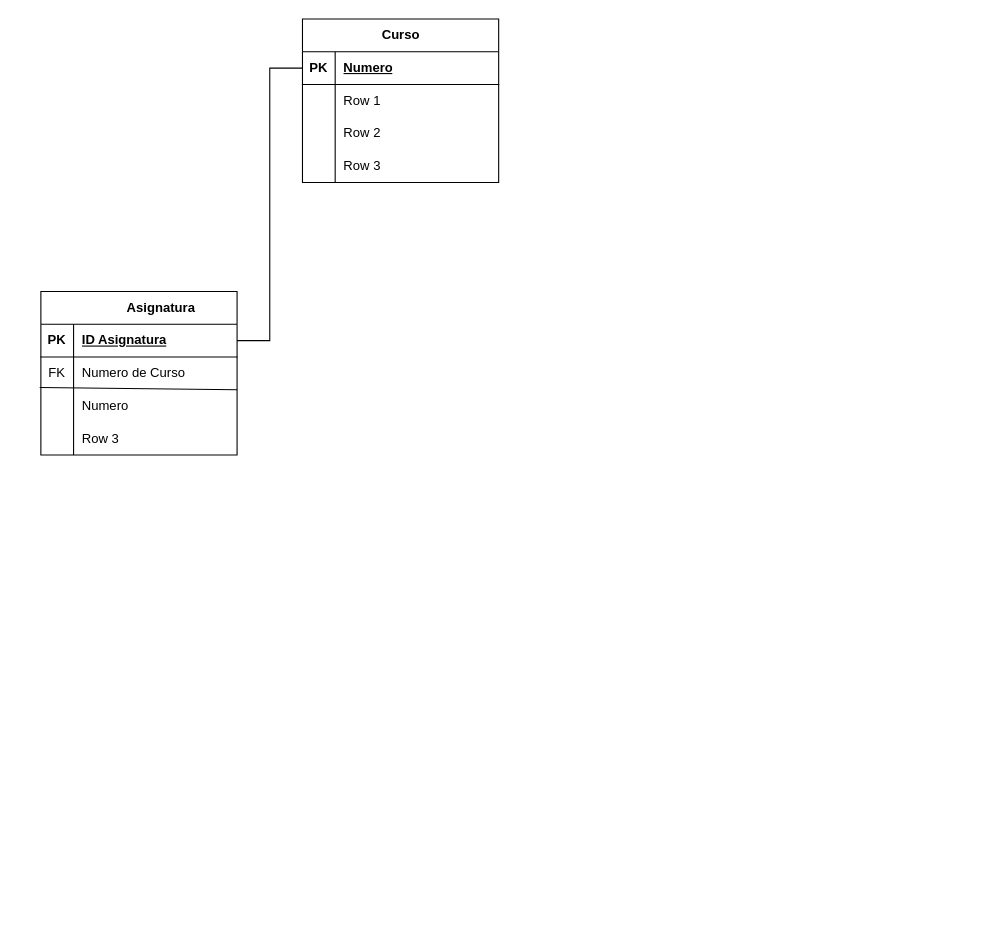
This is Unidad1/Tareas/MR Tarea2/Untitled Diagram.drawio from JVC0/Base-Datos, a draw.io file, before an edit. Source tidied: cells renumbered, new cells numbered last; positions are measured from the earlier drawing's top-left corner, leaving out a move shared by most shapes. Both pictures are drawn from the tidied source at 109%, with x=0, y=0 at pixel (40, 19).
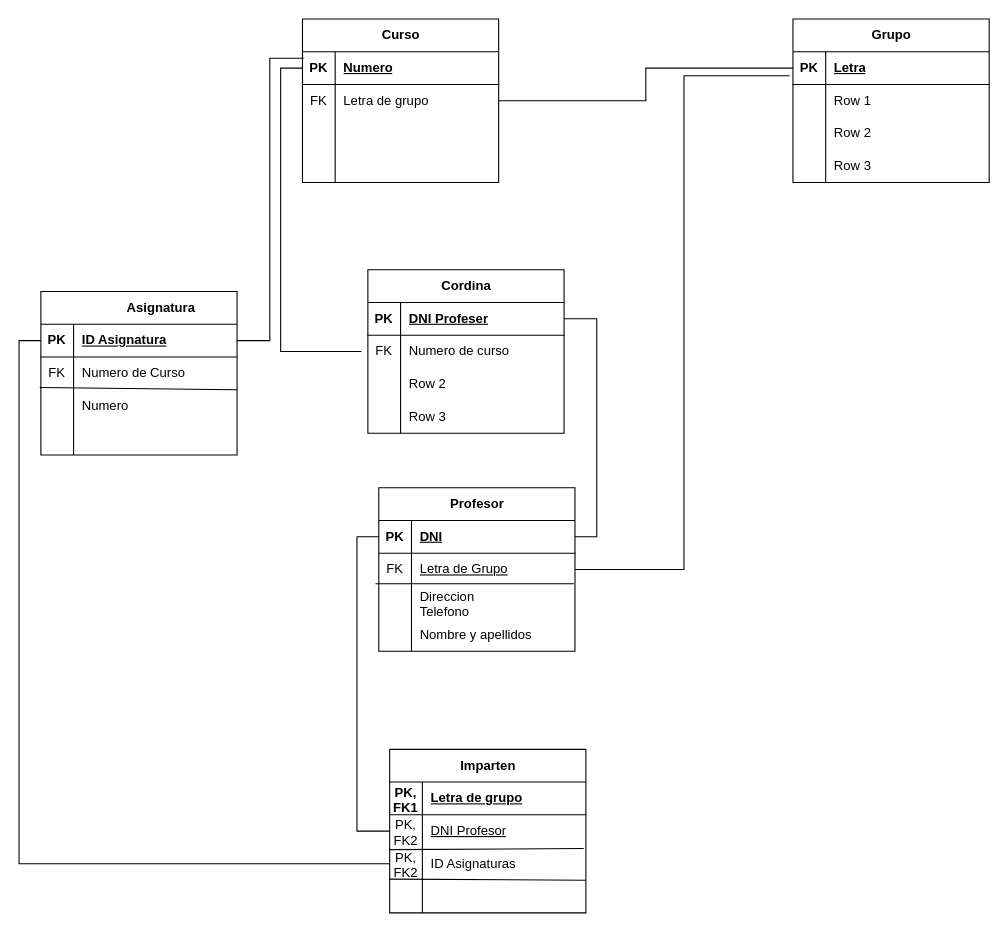
After the change.

The change refers to these unchanged cells:
```xml
<mxCell id="3" style="shape=tableRow;horizontal=0;startSize=0;swimlaneHead=0;swimlaneBody=0;fillColor=none;points=[[0,0.5],[1,0.5]];portConstraint=eastwest;top=0;left=0;right=0;bottom=1;" parent="2" vertex="1">
  <mxGeometry y="30" width="180" height="30" as="geometry" />
</mxCell>
<mxCell id="6" style="shape=tableRow;horizontal=0;startSize=0;swimlaneHead=0;swimlaneBody=0;fillColor=none;points=[[0,0.5],[1,0.5]];portConstraint=eastwest;top=0;left=0;right=0;bottom=0;" parent="2" vertex="1">
  <mxGeometry y="60" width="180" height="30" as="geometry" />
</mxCell>
<mxCell id="9" style="shape=tableRow;horizontal=0;startSize=0;swimlaneHead=0;swimlaneBody=0;fillColor=none;top=0;left=0;right=0;bottom=0;" parent="2" vertex="1">
  <mxGeometry y="90" width="180" height="30" as="geometry" />
</mxCell>
<mxCell id="12" style="shape=tableRow;horizontal=0;startSize=0;swimlaneHead=0;swimlaneBody=0;fillColor=none;top=0;left=0;right=0;bottom=0;" parent="2" vertex="1">
  <mxGeometry y="120" width="180" height="30" as="geometry" />
</mxCell>
<mxCell id="16" style="shape=tableRow;horizontal=0;startSize=0;swimlaneHead=0;swimlaneBody=0;fillColor=none;points=[[0,0.5],[1,0.5]];portConstraint=eastwest;top=0;left=0;right=0;bottom=1;" parent="15" vertex="1">
  <mxGeometry y="30" width="180" height="30" as="geometry" />
</mxCell>
<mxCell id="25" style="shape=tableRow;horizontal=0;startSize=0;swimlaneHead=0;swimlaneBody=0;fillColor=none;top=0;left=0;right=0;bottom=0;" parent="15" vertex="1">
  <mxGeometry y="120" width="180" height="30" as="geometry" />
</mxCell>
```

The edit, as a diff of the source:
```diff
@@
-    <mxCell id="7" style="shape=partialRectangle;fillColor=none;top=0;left=0;bottom=0;right=0;overflow=hidden;whiteSpace=wrap;html=1;" parent="6" vertex="1">
+    <mxCell id="7" value="FK" style="shape=partialRectangle;fillColor=none;top=0;left=0;bottom=0;right=0;overflow=hidden;whiteSpace=wrap;html=1;" parent="6" vertex="1">
       <mxGeometry width="30" height="30" as="geometry" />
     </mxCell>
-    <mxCell id="8" value="Row 1" style="shape=partialRectangle;fillColor=none;top=0;left=0;bottom=0;right=0;align=left;spacingLeft=6;overflow=hidden;whiteSpace=wrap;html=1;" parent="6" vertex="1">
+    <mxCell id="8" value="Letra de grupo" style="shape=partialRectangle;fillColor=none;top=0;left=0;bottom=0;right=0;align=left;spacingLeft=6;overflow=hidden;whiteSpace=wrap;html=1;" parent="6" vertex="1">
       <mxGeometry x="30" width="150" height="30" as="geometry" />
     </mxCell>
@@
-    <mxCell id="11" value="Row 2" style="shape=partialRectangle;fillColor=none;top=0;left=0;bottom=0;right=0;align=left;spacingLeft=6;overflow=hidden;whiteSpace=wrap;html=1;" parent="9" vertex="1">
+    <mxCell id="11" style="shape=partialRectangle;fillColor=none;top=0;left=0;bottom=0;right=0;align=left;spacingLeft=6;overflow=hidden;whiteSpace=wrap;html=1;" parent="9" vertex="1">
       <mxGeometry x="30" width="150" height="30" as="geometry" />
     </mxCell>
@@
-    <mxCell id="14" value="Row 3" style="shape=partialRectangle;fillColor=none;top=0;left=0;bottom=0;right=0;align=left;spacingLeft=6;overflow=hidden;whiteSpace=wrap;html=1;" parent="12" vertex="1">
+    <mxCell id="14" style="shape=partialRectangle;fillColor=none;top=0;left=0;bottom=0;right=0;align=left;spacingLeft=6;overflow=hidden;whiteSpace=wrap;html=1;" parent="12" vertex="1">
       <mxGeometry x="30" width="150" height="30" as="geometry" />
     </mxCell>
@@
-    <mxCell id="27" value="Row 3" style="shape=partialRectangle;fillColor=none;top=0;left=0;bottom=0;right=0;align=left;spacingLeft=6;overflow=hidden;whiteSpace=wrap;html=1;" parent="25" vertex="1">
+    <mxCell id="27" style="shape=partialRectangle;fillColor=none;top=0;left=0;bottom=0;right=0;align=left;spacingLeft=6;overflow=hidden;whiteSpace=wrap;html=1;" parent="25" vertex="1">
       <mxGeometry x="30" width="150" height="30" as="geometry" />
     </mxCell>
@@
-    <mxCell id="29" style="edgeStyle=orthogonalEdgeStyle;rounded=0;jettySize=auto;html=1;entryX=0;entryY=0.5;entryDx=0;entryDy=0;endArrow=none;endFill=0;" parent="1" edge="1" source="16" target="3">
+    <mxCell id="29" style="edgeStyle=orthogonalEdgeStyle;rounded=0;jettySize=auto;html=1;endArrow=none;endFill=0;entryX=0.006;entryY=0.2;entryDx=0;entryDy=0;entryPerimeter=0;" parent="1" edge="1" source="16" target="3">
       <mxGeometry relative="1" as="geometry" />
     </mxCell>
+    <mxCell id="30" value="Profesor" style="shape=table;startSize=30;childLayout=tableLayout;rowLines=0;fontStyle=1;align=center;html=1;" parent="1" vertex="1">
+      <mxGeometry x="310" y="430" width="180" height="150" as="geometry" />
+    </mxCell>
+    <mxCell id="31" style="shape=tableRow;horizontal=0;startSize=0;swimlaneHead=0;swimlaneBody=0;fillColor=none;points=[[0,0.5],[1,0.5]];portConstraint=eastwest;top=0;left=0;right=0;bottom=1;" parent="30" vertex="1">
+      <mxGeometry y="30" width="180" height="30" as="geometry" />
+    </mxCell>
+    <mxCell id="32" value="PK" style="shape=partialRectangle;fillColor=none;top=0;left=0;bottom=0;right=0;fontStyle=1;overflow=hidden;whiteSpace=wrap;html=1;" parent="31" vertex="1">
+      <mxGeometry width="30" height="30" as="geometry" />
+    </mxCell>
+    <mxCell id="33" value="DNI" style="shape=partialRectangle;fillColor=none;top=0;left=0;bottom=0;right=0;align=left;spacingLeft=6;fontStyle=5;overflow=hidden;whiteSpace=wrap;html=1;" parent="31" vertex="1">
+      <mxGeometry x="30" width="150" height="30" as="geometry" />
+    </mxCell>
+    <mxCell id="34" style="shape=tableRow;horizontal=0;startSize=0;swimlaneHead=0;swimlaneBody=0;fillColor=none;points=[[0,0.5],[1,0.5]];portConstraint=eastwest;top=0;left=0;right=0;bottom=0;" parent="30" vertex="1">
+      <mxGeometry y="60" width="180" height="30" as="geometry" />
+    </mxCell>
+    <mxCell id="35" value="FK" style="shape=partialRectangle;fillColor=none;top=0;left=0;bottom=0;right=0;overflow=hidden;whiteSpace=wrap;html=1;" parent="34" vertex="1">
+      <mxGeometry width="30" height="30" as="geometry" />
+    </mxCell>
+    <mxCell id="36" value="&lt;u&gt;Letra de Grupo&lt;/u&gt;" style="shape=partialRectangle;fillColor=none;top=0;left=0;bottom=0;right=0;align=left;spacingLeft=6;overflow=hidden;whiteSpace=wrap;html=1;" parent="34" vertex="1">
+      <mxGeometry x="30" width="150" height="30" as="geometry" />
+    </mxCell>
+    <mxCell id="37" style="shape=tableRow;horizontal=0;startSize=0;swimlaneHead=0;swimlaneBody=0;fillColor=none;top=0;left=0;right=0;bottom=0;" parent="30" vertex="1">
+      <mxGeometry y="90" width="180" height="30" as="geometry" />
+    </mxCell>
+    <mxCell id="38" style="shape=partialRectangle;fillColor=none;top=0;left=0;bottom=0;right=0;overflow=hidden;whiteSpace=wrap;html=1;" parent="37" vertex="1">
+      <mxGeometry width="30" height="30" as="geometry" />
+    </mxCell>
+    <mxCell id="39" value="Direccion&lt;br&gt;Telefono" style="shape=partialRectangle;fillColor=none;top=0;left=0;bottom=0;right=0;align=left;spacingLeft=6;overflow=hidden;whiteSpace=wrap;html=1;" parent="37" vertex="1">
+      <mxGeometry x="30" width="150" height="30" as="geometry" />
+    </mxCell>
+    <mxCell id="40" style="shape=tableRow;horizontal=0;startSize=0;swimlaneHead=0;swimlaneBody=0;fillColor=none;top=0;left=0;right=0;bottom=0;" parent="30" vertex="1">
+      <mxGeometry y="120" width="180" height="30" as="geometry" />
+    </mxCell>
+    <mxCell id="41" style="shape=partialRectangle;fillColor=none;top=0;left=0;bottom=0;right=0;overflow=hidden;whiteSpace=wrap;html=1;" parent="40" vertex="1">
+      <mxGeometry width="30" height="30" as="geometry" />
+    </mxCell>
+    <mxCell id="42" value="Nombre y apellidos" style="shape=partialRectangle;fillColor=none;top=0;left=0;bottom=0;right=0;align=left;spacingLeft=6;overflow=hidden;whiteSpace=wrap;html=1;" parent="40" vertex="1">
+      <mxGeometry x="30" width="150" height="30" as="geometry" />
+    </mxCell>
+    <mxCell id="43" style="endArrow=none;html=1;rounded=0;exitX=-0.017;exitY=0.933;exitDx=0;exitDy=0;exitPerimeter=0;entryX=0.994;entryY=0.933;entryDx=0;entryDy=0;entryPerimeter=0;" parent="30" edge="1" source="34" target="34">
+      <mxGeometry relative="1" as="geometry" />
+    </mxCell>
+    <mxCell id="44" value="Cordina" style="shape=table;startSize=30;childLayout=tableLayout;rowLines=0;fontStyle=1;align=center;html=1;" parent="1" vertex="1">
+      <mxGeometry x="300" y="230" width="180" height="150" as="geometry" />
+    </mxCell>
+    <mxCell id="45" style="shape=tableRow;horizontal=0;startSize=0;swimlaneHead=0;swimlaneBody=0;fillColor=none;points=[[0,0.5],[1,0.5]];portConstraint=eastwest;top=0;left=0;right=0;bottom=1;" parent="44" vertex="1">
+      <mxGeometry y="30" width="180" height="30" as="geometry" />
+    </mxCell>
+    <mxCell id="46" value="PK" style="shape=partialRectangle;fillColor=none;top=0;left=0;bottom=0;right=0;fontStyle=1;overflow=hidden;whiteSpace=wrap;html=1;" parent="45" vertex="1">
+      <mxGeometry width="30" height="30" as="geometry" />
+    </mxCell>
+    <mxCell id="47" value="DNI Profeser" style="shape=partialRectangle;fillColor=none;top=0;left=0;bottom=0;right=0;align=left;spacingLeft=6;fontStyle=5;overflow=hidden;whiteSpace=wrap;html=1;" parent="45" vertex="1">
+      <mxGeometry x="30" width="150" height="30" as="geometry" />
+    </mxCell>
+    <mxCell id="48" style="shape=tableRow;horizontal=0;startSize=0;swimlaneHead=0;swimlaneBody=0;fillColor=none;points=[[0,0.5],[1,0.5]];portConstraint=eastwest;top=0;left=0;right=0;bottom=0;" parent="44" vertex="1">
+      <mxGeometry y="60" width="180" height="30" as="geometry" />
+    </mxCell>
+    <mxCell id="49" value="FK" style="shape=partialRectangle;fillColor=none;top=0;left=0;bottom=0;right=0;overflow=hidden;whiteSpace=wrap;html=1;" parent="48" vertex="1">
+      <mxGeometry width="30" height="30" as="geometry" />
+    </mxCell>
+    <mxCell id="50" value="Numero de curso" style="shape=partialRectangle;fillColor=none;top=0;left=0;bottom=0;right=0;align=left;spacingLeft=6;overflow=hidden;whiteSpace=wrap;html=1;" parent="48" vertex="1">
+      <mxGeometry x="30" width="150" height="30" as="geometry" />
+    </mxCell>
+    <mxCell id="51" style="shape=tableRow;horizontal=0;startSize=0;swimlaneHead=0;swimlaneBody=0;fillColor=none;top=0;left=0;right=0;bottom=0;" parent="44" vertex="1">
+      <mxGeometry y="90" width="180" height="30" as="geometry" />
+    </mxCell>
+    <mxCell id="52" style="shape=partialRectangle;fillColor=none;top=0;left=0;bottom=0;right=0;overflow=hidden;whiteSpace=wrap;html=1;" parent="51" vertex="1">
+      <mxGeometry width="30" height="30" as="geometry" />
+    </mxCell>
+    <mxCell id="53" value="Row 2" style="shape=partialRectangle;fillColor=none;top=0;left=0;bottom=0;right=0;align=left;spacingLeft=6;overflow=hidden;whiteSpace=wrap;html=1;" parent="51" vertex="1">
+      <mxGeometry x="30" width="150" height="30" as="geometry" />
+    </mxCell>
+    <mxCell id="54" style="shape=tableRow;horizontal=0;startSize=0;swimlaneHead=0;swimlaneBody=0;fillColor=none;top=0;left=0;right=0;bottom=0;" parent="44" vertex="1">
+      <mxGeometry y="120" width="180" height="30" as="geometry" />
+    </mxCell>
+    <mxCell id="55" style="shape=partialRectangle;fillColor=none;top=0;left=0;bottom=0;right=0;overflow=hidden;whiteSpace=wrap;html=1;" parent="54" vertex="1">
+      <mxGeometry width="30" height="30" as="geometry" />
+    </mxCell>
+    <mxCell id="56" value="Row 3" style="shape=partialRectangle;fillColor=none;top=0;left=0;bottom=0;right=0;align=left;spacingLeft=6;overflow=hidden;whiteSpace=wrap;html=1;" parent="54" vertex="1">
+      <mxGeometry x="30" width="150" height="30" as="geometry" />
+    </mxCell>
+    <mxCell id="57" style="edgeStyle=orthogonalEdgeStyle;rounded=0;jettySize=auto;html=1;entryX=-0.033;entryY=0.5;entryDx=0;entryDy=0;entryPerimeter=0;endArrow=none;endFill=0;exitX=0;exitY=0.5;exitDx=0;exitDy=0;" parent="1" edge="1" source="3" target="48">
+      <mxGeometry relative="1" as="geometry" />
+    </mxCell>
+    <mxCell id="58" style="edgeStyle=orthogonalEdgeStyle;rounded=0;jettySize=auto;html=1;entryX=1;entryY=0.5;entryDx=0;entryDy=0;endArrow=none;endFill=0;" parent="1" edge="1" source="45" target="31">
+      <mxGeometry relative="1" as="geometry" />
+    </mxCell>
+    <mxCell id="59" value="Grupo" style="shape=table;startSize=30;childLayout=tableLayout;rowLines=0;fontStyle=1;align=center;html=1;" parent="1" vertex="1">
+      <mxGeometry x="690" width="180" height="150" as="geometry" />
+    </mxCell>
+    <mxCell id="60" style="shape=tableRow;horizontal=0;startSize=0;swimlaneHead=0;swimlaneBody=0;fillColor=none;points=[[0,0.5],[1,0.5]];portConstraint=eastwest;top=0;left=0;right=0;bottom=1;" parent="59" vertex="1">
+      <mxGeometry y="30" width="180" height="30" as="geometry" />
+    </mxCell>
+    <mxCell id="61" value="PK" style="shape=partialRectangle;fillColor=none;top=0;left=0;bottom=0;right=0;fontStyle=1;overflow=hidden;whiteSpace=wrap;html=1;" parent="60" vertex="1">
+      <mxGeometry width="30" height="30" as="geometry" />
+    </mxCell>
+    <mxCell id="62" value="Letra" style="shape=partialRectangle;fillColor=none;top=0;left=0;bottom=0;right=0;align=left;spacingLeft=6;fontStyle=5;overflow=hidden;whiteSpace=wrap;html=1;" parent="60" vertex="1">
+      <mxGeometry x="30" width="150" height="30" as="geometry" />
+    </mxCell>
+    <mxCell id="63" style="shape=tableRow;horizontal=0;startSize=0;swimlaneHead=0;swimlaneBody=0;fillColor=none;top=0;left=0;right=0;bottom=0;" parent="59" vertex="1">
+      <mxGeometry y="60" width="180" height="30" as="geometry" />
+    </mxCell>
+    <mxCell id="64" style="shape=partialRectangle;fillColor=none;top=0;left=0;bottom=0;right=0;overflow=hidden;whiteSpace=wrap;html=1;" parent="63" vertex="1">
+      <mxGeometry width="30" height="30" as="geometry" />
+    </mxCell>
+    <mxCell id="65" value="Row 1" style="shape=partialRectangle;fillColor=none;top=0;left=0;bottom=0;right=0;align=left;spacingLeft=6;overflow=hidden;whiteSpace=wrap;html=1;" parent="63" vertex="1">
+      <mxGeometry x="30" width="150" height="30" as="geometry" />
+    </mxCell>
+    <mxCell id="66" style="shape=tableRow;horizontal=0;startSize=0;swimlaneHead=0;swimlaneBody=0;fillColor=none;top=0;left=0;right=0;bottom=0;" parent="59" vertex="1">
+      <mxGeometry y="90" width="180" height="30" as="geometry" />
+    </mxCell>
+    <mxCell id="67" style="shape=partialRectangle;fillColor=none;top=0;left=0;bottom=0;right=0;overflow=hidden;whiteSpace=wrap;html=1;" parent="66" vertex="1">
+      <mxGeometry width="30" height="30" as="geometry" />
+    </mxCell>
+    <mxCell id="68" value="Row 2" style="shape=partialRectangle;fillColor=none;top=0;left=0;bottom=0;right=0;align=left;spacingLeft=6;overflow=hidden;whiteSpace=wrap;html=1;" parent="66" vertex="1">
+      <mxGeometry x="30" width="150" height="30" as="geometry" />
+    </mxCell>
+    <mxCell id="69" style="shape=tableRow;horizontal=0;startSize=0;swimlaneHead=0;swimlaneBody=0;fillColor=none;top=0;left=0;right=0;bottom=0;" parent="59" vertex="1">
+      <mxGeometry y="120" width="180" height="30" as="geometry" />
+    </mxCell>
+    <mxCell id="70" style="shape=partialRectangle;fillColor=none;top=0;left=0;bottom=0;right=0;overflow=hidden;whiteSpace=wrap;html=1;" parent="69" vertex="1">
+      <mxGeometry width="30" height="30" as="geometry" />
+    </mxCell>
+    <mxCell id="71" value="Row 3" style="shape=partialRectangle;fillColor=none;top=0;left=0;bottom=0;right=0;align=left;spacingLeft=6;overflow=hidden;whiteSpace=wrap;html=1;" parent="69" vertex="1">
+      <mxGeometry x="30" width="150" height="30" as="geometry" />
+    </mxCell>
+    <mxCell id="72" style="edgeStyle=orthogonalEdgeStyle;rounded=0;jettySize=auto;html=1;endArrow=none;endFill=0;entryX=1;entryY=0.5;entryDx=0;entryDy=0;" parent="1" edge="1" source="60" target="6">
+      <mxGeometry relative="1" as="geometry" />
+    </mxCell>
+    <mxCell id="73" style="edgeStyle=orthogonalEdgeStyle;rounded=0;jettySize=auto;html=1;entryX=-0.017;entryY=0.733;entryDx=0;entryDy=0;entryPerimeter=0;endArrow=none;endFill=0;" parent="1" edge="1" source="34" target="60">
+      <mxGeometry relative="1" as="geometry" />
+    </mxCell>
+    <mxCell id="74" value="Imparten" style="shape=table;startSize=30;childLayout=tableLayout;rowLines=0;fontStyle=1;align=center;html=1;" parent="1" vertex="1">
+      <mxGeometry x="320" y="670" width="180" height="150" as="geometry" />
+    </mxCell>
+    <mxCell id="75" style="shape=tableRow;horizontal=0;startSize=0;swimlaneHead=0;swimlaneBody=0;fillColor=none;top=0;left=0;right=0;bottom=1;" parent="74" vertex="1">
+      <mxGeometry y="30" width="180" height="30" as="geometry" />
+    </mxCell>
+    <mxCell id="76" value="PK, FK1" style="shape=partialRectangle;fillColor=none;top=0;left=0;bottom=0;right=0;fontStyle=1;overflow=hidden;whiteSpace=wrap;html=1;" parent="75" vertex="1">
+      <mxGeometry width="30" height="30" as="geometry" />
+    </mxCell>
+    <mxCell id="77" value="Letra de grupo" style="shape=partialRectangle;fillColor=none;top=0;left=0;bottom=0;right=0;align=left;spacingLeft=6;fontStyle=5;overflow=hidden;whiteSpace=wrap;html=1;" parent="75" vertex="1">
+      <mxGeometry x="30" width="150" height="30" as="geometry" />
+    </mxCell>
+    <mxCell id="78" style="shape=tableRow;horizontal=0;startSize=0;swimlaneHead=0;swimlaneBody=0;fillColor=none;points=[[0,0.5],[1,0.5]];portConstraint=eastwest;top=0;left=0;right=0;bottom=0;" parent="74" vertex="1">
+      <mxGeometry y="60" width="180" height="30" as="geometry" />
+    </mxCell>
+    <mxCell id="79" value="PK,&lt;br&gt;FK2" style="shape=partialRectangle;fillColor=none;top=0;left=0;bottom=0;right=0;overflow=hidden;whiteSpace=wrap;html=1;" parent="78" vertex="1">
+      <mxGeometry width="30" height="30" as="geometry" />
+    </mxCell>
+    <mxCell id="80" value="&lt;u&gt;DNI Profesor&lt;/u&gt;" style="shape=partialRectangle;fillColor=none;top=0;left=0;bottom=0;right=0;align=left;spacingLeft=6;overflow=hidden;whiteSpace=wrap;html=1;" parent="78" vertex="1">
+      <mxGeometry x="30" width="150" height="30" as="geometry" />
+    </mxCell>
+    <mxCell id="81" style="shape=tableRow;horizontal=0;startSize=0;swimlaneHead=0;swimlaneBody=0;fillColor=none;points=[[0,0.5],[1,0.5]];portConstraint=eastwest;top=0;left=0;right=0;bottom=0;" parent="74" vertex="1">
+      <mxGeometry y="90" width="180" height="30" as="geometry" />
+    </mxCell>
+    <mxCell id="82" value="PK,&lt;br&gt;FK2" style="shape=partialRectangle;fillColor=none;top=0;left=0;bottom=0;right=0;overflow=hidden;whiteSpace=wrap;html=1;" parent="81" vertex="1">
+      <mxGeometry width="30" height="30" as="geometry" />
+    </mxCell>
+    <mxCell id="83" value="ID Asignaturas" style="shape=partialRectangle;fillColor=none;top=0;left=0;bottom=0;right=0;align=left;spacingLeft=6;overflow=hidden;whiteSpace=wrap;html=1;" parent="81" vertex="1">
+      <mxGeometry x="30" width="150" height="30" as="geometry" />
+    </mxCell>
+    <mxCell id="84" style="shape=tableRow;horizontal=0;startSize=0;swimlaneHead=0;swimlaneBody=0;fillColor=none;points=[[0,0.5],[1,0.5]];portConstraint=eastwest;top=0;left=0;right=0;bottom=0;" parent="74" vertex="1">
+      <mxGeometry y="120" width="180" height="30" as="geometry" />
+    </mxCell>
+    <mxCell id="85" style="shape=partialRectangle;fillColor=none;top=0;left=0;bottom=0;right=0;overflow=hidden;whiteSpace=wrap;html=1;" parent="84" vertex="1">
+      <mxGeometry width="30" height="30" as="geometry" />
+    </mxCell>
+    <mxCell id="86" style="shape=partialRectangle;fillColor=none;top=0;left=0;bottom=0;right=0;align=left;spacingLeft=6;overflow=hidden;whiteSpace=wrap;html=1;" parent="84" vertex="1">
+      <mxGeometry x="30" width="150" height="30" as="geometry" />
+    </mxCell>
+    <mxCell id="87" style="endArrow=none;html=1;rounded=0;exitX=0;exitY=0.067;exitDx=0;exitDy=0;exitPerimeter=0;entryX=0.989;entryY=0.033;entryDx=0;entryDy=0;entryPerimeter=0;" parent="74" edge="1" source="81" target="81">
+      <mxGeometry relative="1" as="geometry" />
+    </mxCell>
+    <mxCell id="88" style="endArrow=none;html=1;rounded=0;exitX=0;exitY=-0.033;exitDx=0;exitDy=0;exitPerimeter=0;entryX=1;entryY=0;entryDx=0;entryDy=0;entryPerimeter=0;" parent="74" edge="1" source="84" target="84">
+      <mxGeometry relative="1" as="geometry" />
+    </mxCell>
+    <mxCell id="89" style="edgeStyle=orthogonalEdgeStyle;rounded=0;jettySize=auto;html=1;exitX=0;exitY=0.5;exitDx=0;exitDy=0;entryX=0;entryY=0.5;entryDx=0;entryDy=0;endArrow=none;endFill=0;" parent="1" edge="1" source="16" target="81">
+      <mxGeometry relative="1" as="geometry" />
+    </mxCell>
+    <mxCell id="90" style="edgeStyle=orthogonalEdgeStyle;rounded=0;jettySize=auto;html=1;entryX=0;entryY=0.5;entryDx=0;entryDy=0;exitX=0;exitY=0.5;exitDx=0;exitDy=0;endArrow=none;endFill=0;" parent="1" edge="1" source="31" target="78">
+      <mxGeometry relative="1" as="geometry" />
+    </mxCell>
```
